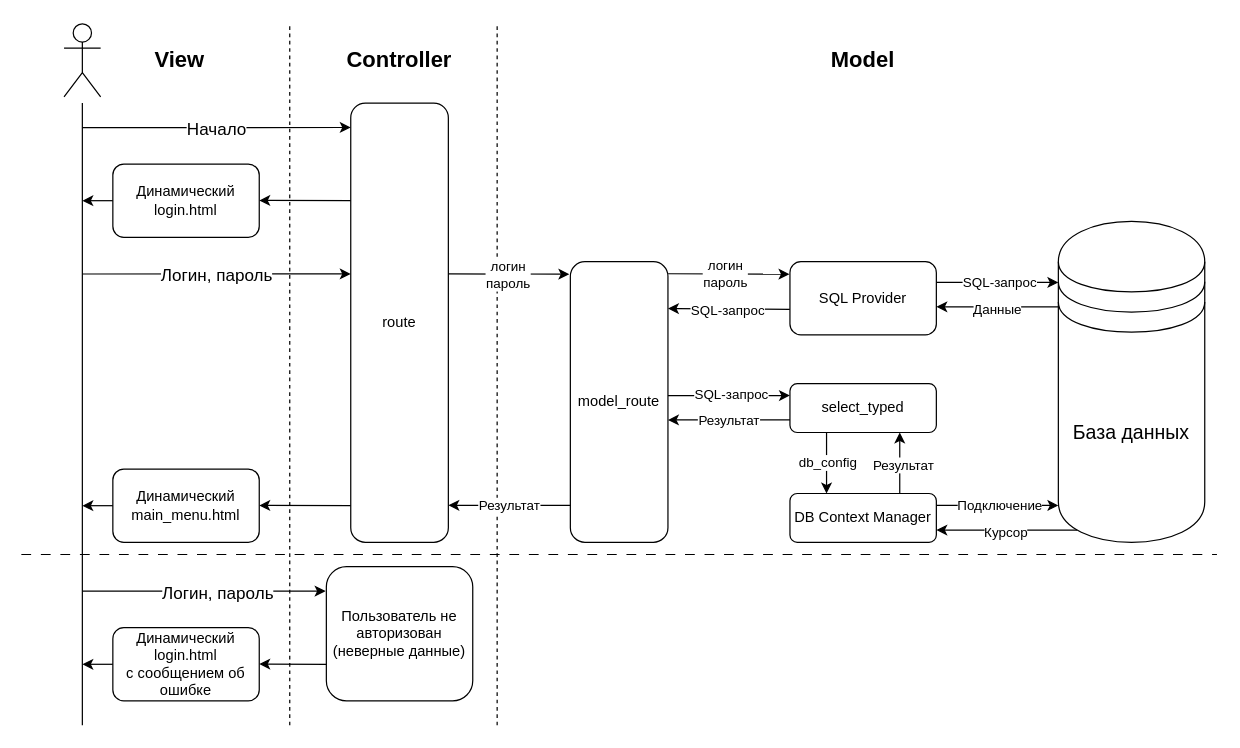
Above: docs/diagrams/auth.drawio in gubnik/bmstu-absolute-cinema (draw.io), before the change. Source tidied: cells renumbered, new cells numbered last; positions are measured from the earlier drawing's top-left corner, leaving out a move shared by most shapes. Both pictures are drawn from the tidied source at 122%, with x=0, y=0 at pixel (21, 23).
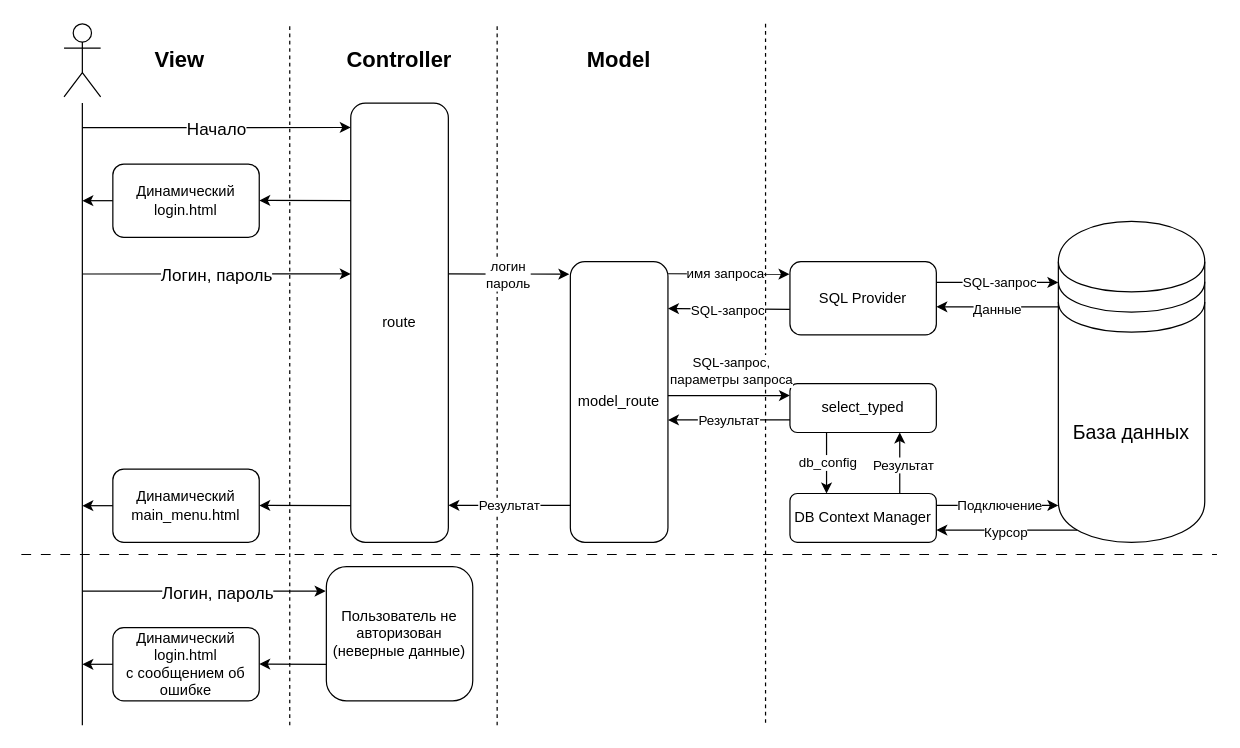
Above is the later version.

Unchanged cells that the change refers to:
```xml
<mxCell id="16" style="endArrow=classic;html=1;rounded=0;exitX=1.002;exitY=0.043;exitDx=0;exitDy=0;exitPerimeter=0;entryX=-0.003;entryY=0.17;entryDx=0;entryDy=0;entryPerimeter=0;" parent="1" edge="1" source="10" target="15">
  <mxGeometry relative="1" as="geometry" />
</mxCell>
<mxCell id="21" style="endArrow=classic;html=1;rounded=0;exitX=0;exitY=0.75;exitDx=0;exitDy=0;entryX=1;entryY=0.167;entryDx=0;entryDy=0;entryPerimeter=0;" parent="1" edge="1">
  <mxGeometry relative="1" as="geometry">
    <mxPoint x="530" y="304.7" as="sourcePoint" />
    <mxPoint x="630" y="304.7" as="targetPoint" />
  </mxGeometry>
</mxCell>
```

Change to the diagram source:
```diff
@@
+    <mxCell id="56" style="endArrow=none;dashed=1;html=1;rounded=0;" parent="1" edge="1">
+      <mxGeometry relative="1" as="geometry">
+        <mxPoint x="610" y="573" as="sourcePoint" />
+        <mxPoint x="610" y="-2" as="targetPoint" />
+      </mxGeometry>
+    </mxCell>
@@
     <mxCell id="8" value="Model" style="text;html=1;whiteSpace=wrap;strokeColor=none;fillColor=none;align=center;verticalAlign=middle;rounded=0;fontSize=18;fontStyle=1;" parent="1" vertex="1">
-      <mxGeometry x="660" y="15" width="60" height="30" as="geometry" />
+      <mxGeometry x="460" y="15" width="60" height="30" as="geometry" />
     </mxCell>
@@
-    <mxCell id="17" value="логин&lt;div&gt;пароль&lt;/div&gt;" style="edgeLabel;html=1;align=center;verticalAlign=middle;" parent="16" vertex="1">
+    <mxCell id="17" value="имя запроса" style="edgeLabel;html=1;align=center;verticalAlign=middle;" parent="16" vertex="1">
       <mxGeometry x="-0.37" y="-2" relative="1" as="geometry">
         <mxPoint x="15" y="-2" as="offset" />
       </mxGeometry>
     </mxCell>
@@
-    <mxCell id="22" value="SQL-запрос" style="edgeLabel;html=1;align=center;verticalAlign=middle;" parent="21" vertex="1">
+    <mxCell id="22" value="SQL-запрос,&lt;br&gt;&lt;div&gt;параметры запроса&lt;/div&gt;" style="edgeLabel;html=1;align=center;verticalAlign=middle;" parent="21" vertex="1">
       <mxGeometry x="0.09" y="1" relative="1" as="geometry">
-        <mxPoint x="-4" as="offset" />
+        <mxPoint x="-4" y="-19" as="offset" />
       </mxGeometry>
     </mxCell>
```
